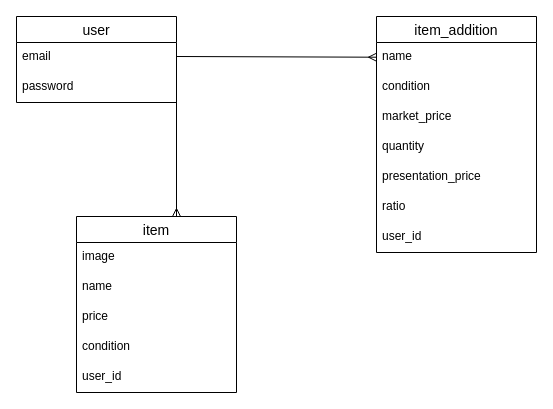
The draw.io diagram ER.dio in 2316hako/assessment, before the edit. Source tidied: cells renumbered, new cells numbered last; positions are measured from the earlier drawing's top-left corner, leaving out a move shared by most shapes. Both pictures are drawn from the tidied source at 100%, with x=0, y=0 at pixel (16, 16).
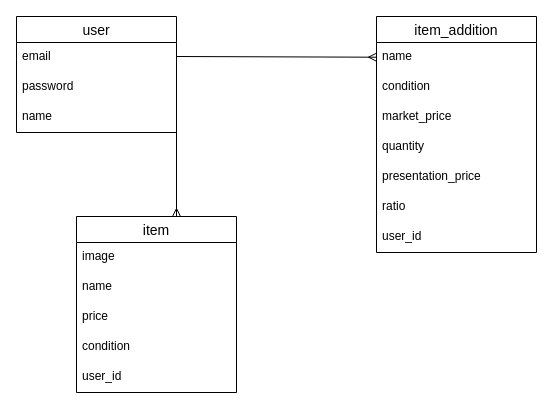
The same diagram, later.

The edit, as a diff of the source:
```diff
@@
     <mxCell id="2" value="user" style="swimlane;fontStyle=0;horizontal=1;startSize=26;align=center;fontSize=14;" parent="1" vertex="1">
-      <mxGeometry width="160" height="86" as="geometry" />
+      <mxGeometry width="160" height="116" as="geometry" />
     </mxCell>
@@
+    <mxCell id="21" value="name" style="text;strokeColor=none;fillColor=none;spacingLeft=4;spacingRight=4;overflow=hidden;fontSize=12;" parent="2" vertex="1">
+      <mxGeometry y="86" width="160" height="30" as="geometry" />
+    </mxCell>
```
